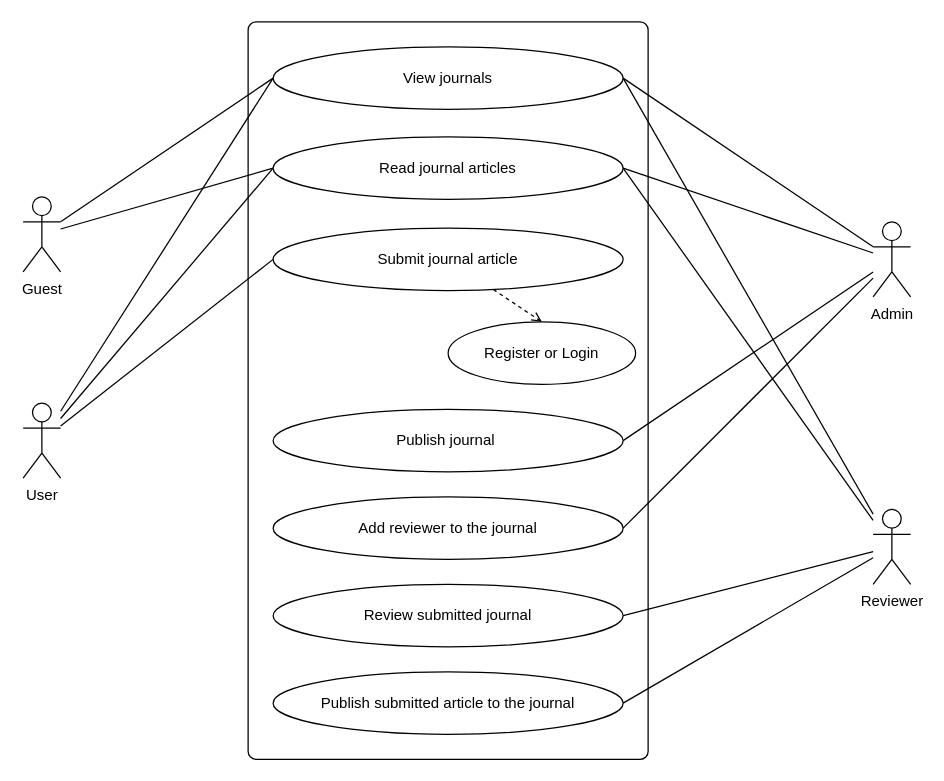
himusharier/isdb-journal-publication-system-java-jsp-servlet-jdbc-postgres-uml keeps this draw.io diagram as src/main/resources/uml/1. use-case-diagram.drawio. Above is the earlier version. Source tidied: cells renumbered, new cells numbered last; positions are measured from the earlier drawing's top-left corner, leaving out a move shared by most shapes. Both pictures are drawn from the tidied source at 125%, with x=0, y=0 at pixel (22, 21).
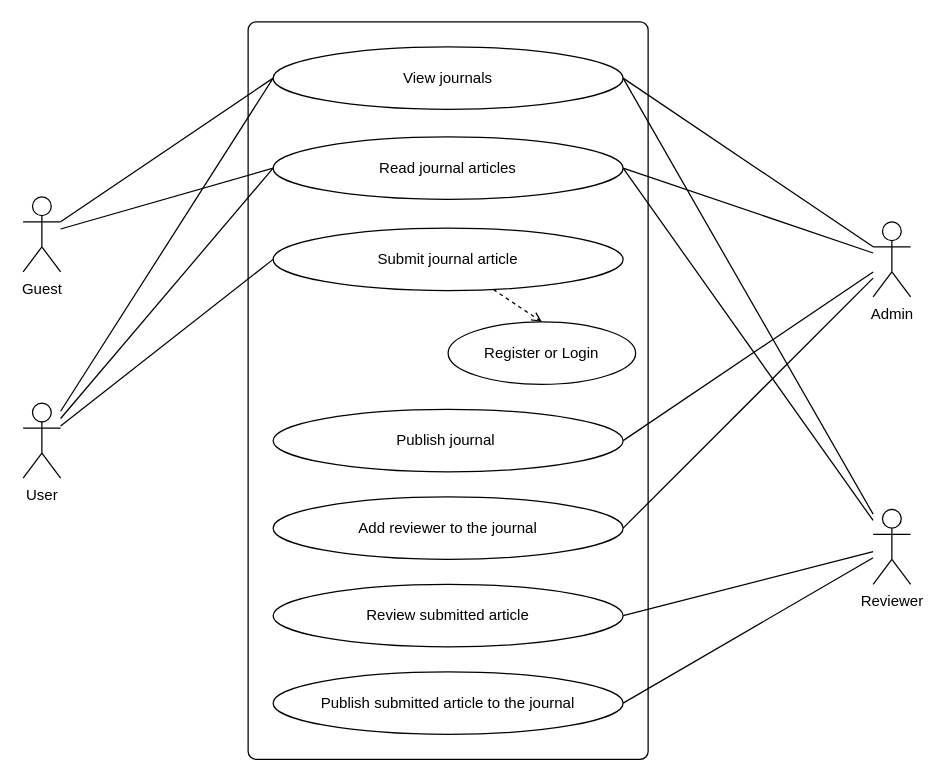
The same diagram, later.

Commit message (it also covers changes not shown here):
update activity and use-case diagram

Diff of the diagram source:
```diff
@@
-    <mxCell id="21" value="Review submitted journal" style="ellipse;whiteSpace=wrap;html=1;" parent="1" vertex="1">
+    <mxCell id="21" value="Review submitted article" style="ellipse;whiteSpace=wrap;html=1;" parent="1" vertex="1">
       <mxGeometry x="200" y="450" width="280" height="50" as="geometry" />
     </mxCell>
```
